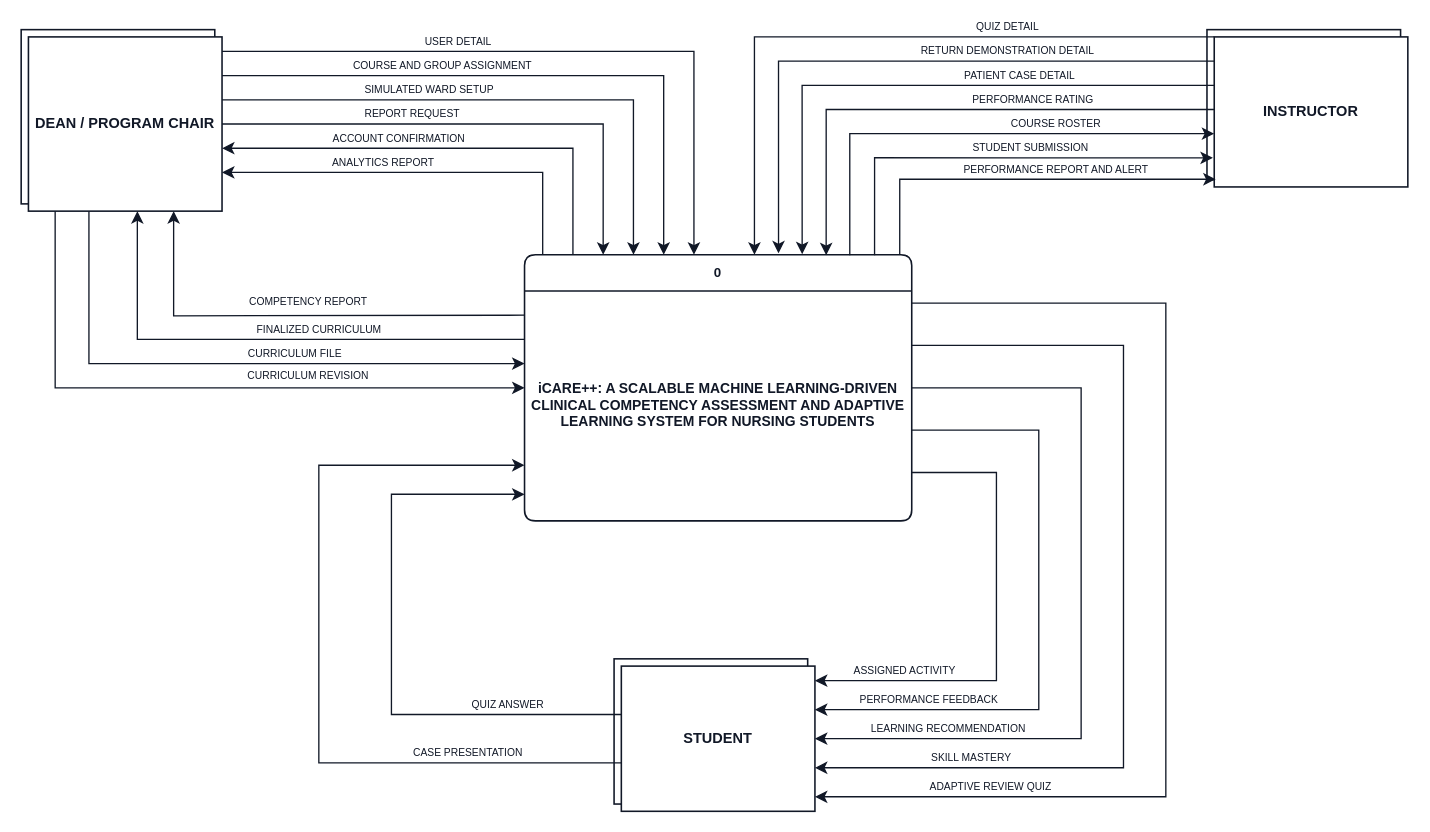
mdk-zero/icare keeps this draw.io diagram as docs/diagrams/context-diagram.drawio. Above is the earlier version. Source tidied: cells renumbered, new cells numbered last; positions are measured from the earlier drawing's top-left corner, leaving out a move shared by most shapes. Both pictures are drawn from the tidied source at 121%, with x=0, y=0 at pixel (21, 29).
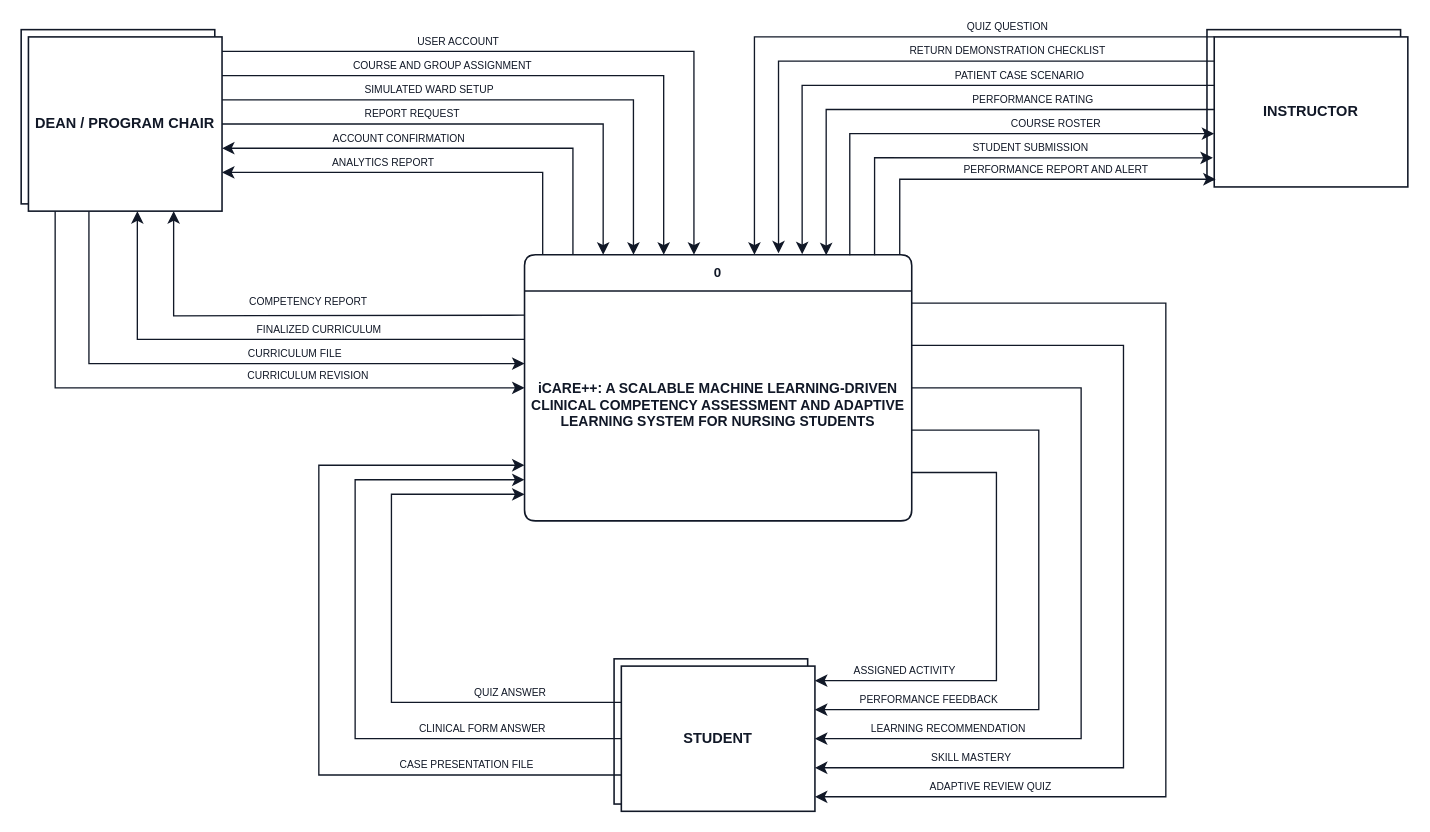
The same page after the edit.

Commit message (it also covers changes not shown here):
docs(diagrams): ERD to migration 096, context and DFD flows match the manuscript

Unchanged cells that the change refers to:
```xml
<mxCell id="2" value="0" style="swimlane;rounded=1;arcSize=10;startSize=30;html=1;whiteSpace=wrap;fillColor=#ffffff;swimlaneFillColor=#ffffff;strokeColor=#111827;strokeWidth=1.3;fontSize=11;fontStyle=1;fontColor=#111827;fontFamily=Helvetica;" parent="1" vertex="1">
  <mxGeometry x="416" y="186" width="320" height="220" as="geometry" />
</mxCell>
<mxCell id="6" value="DEAN / PROGRAM CHAIR" style="rounded=0;html=1;whiteSpace=wrap;fillColor=#ffffff;strokeColor=#111827;strokeWidth=1.3;fontFamily=Helvetica;fontSize=12;fontStyle=1;fontColor=#111827;" parent="4" vertex="1">
  <mxGeometry x="6" y="6" width="160" height="144" as="geometry" />
</mxCell>
<mxCell id="9" value="INSTRUCTOR" style="rounded=0;html=1;whiteSpace=wrap;fillColor=#ffffff;strokeColor=#111827;strokeWidth=1.3;fontFamily=Helvetica;fontSize=12;fontStyle=1;fontColor=#111827;" parent="7" vertex="1">
  <mxGeometry x="6" y="6" width="160" height="124" as="geometry" />
</mxCell>
<mxCell id="12" value="STUDENT" style="rounded=0;html=1;whiteSpace=wrap;fillColor=#ffffff;strokeColor=#111827;strokeWidth=1.3;fontFamily=Helvetica;fontSize=12;fontStyle=1;fontColor=#111827;" parent="10" vertex="1">
  <mxGeometry x="6" y="6" width="160" height="120" as="geometry" />
</mxCell>
```

The edit, as a diff of the source:
```diff
@@
-    <mxCell id="13" value="USER DETAIL" style="edgeStyle=orthogonalEdgeStyle;rounded=0;html=1;jumpStyle=arc;jumpSize=9;strokeColor=#111827;strokeWidth=1.1;endArrow=classic;endFill=1;endSize=7;fontSize=8.5;fontColor=#111827;labelBackgroundColor=#ffffff;fontFamily=Helvetica;exitX=1;exitY=0.0833;exitDx=0;exitDy=0;entryX=0.4375;entryY=0;entryDx=0;entryDy=0;" parent="1" edge="1" source="6" target="2">
+    <mxCell id="13" value="USER ACCOUNT" style="edgeStyle=orthogonalEdgeStyle;rounded=0;html=1;jumpStyle=arc;jumpSize=9;strokeColor=#111827;strokeWidth=1.1;endArrow=classic;endFill=1;endSize=7;fontSize=8.5;fontColor=#111827;labelBackgroundColor=#ffffff;fontFamily=Helvetica;exitX=1;exitY=0.0833;exitDx=0;exitDy=0;entryX=0.4375;entryY=0;entryDx=0;entryDy=0;" parent="1" edge="1" source="6" target="2">
       <mxGeometry x="-0.3" relative="1" as="geometry">
         <Array as="points">
           <mxPoint x="556" y="18" />
         </Array>
         <mxPoint y="-8" as="offset" />
       </mxGeometry>
     </mxCell>
@@
-    <mxCell id="19" value="PATIENT CASE DETAIL" style="edgeStyle=orthogonalEdgeStyle;rounded=0;html=1;jumpStyle=arc;jumpSize=9;strokeColor=#111827;strokeWidth=1.1;endArrow=classic;endFill=1;endSize=7;fontSize=8.5;fontColor=#111827;labelBackgroundColor=#ffffff;fontFamily=Helvetica;entryX=0.717;entryY=-0.002;entryDx=0;entryDy=0;entryPerimeter=0;" parent="1" edge="1" source="9" target="2">
+    <mxCell id="19" value="PATIENT CASE SCENARIO" style="edgeStyle=orthogonalEdgeStyle;rounded=0;html=1;jumpStyle=arc;jumpSize=9;strokeColor=#111827;strokeWidth=1.1;endArrow=classic;endFill=1;endSize=7;fontSize=8.5;fontColor=#111827;labelBackgroundColor=#ffffff;fontFamily=Helvetica;entryX=0.717;entryY=-0.002;entryDx=0;entryDy=0;entryPerimeter=0;" parent="1" edge="1" source="9" target="2">
       <mxGeometry x="-0.33" y="-8" relative="1" as="geometry">
         <Array as="points">
           <mxPoint x="645.4" y="46" />
         </Array>
       </mxGeometry>
     </mxCell>
@@
-    <mxCell id="24" value="QUIZ ANSWER" style="edgeStyle=orthogonalEdgeStyle;rounded=0;html=1;jumpStyle=arc;jumpSize=9;strokeColor=#111827;strokeWidth=1.1;endArrow=classic;endFill=1;endSize=7;fontSize=8.5;fontColor=#111827;labelBackgroundColor=#ffffff;fontFamily=Helvetica;exitX=0;exitY=0.3333;exitDx=0;exitDy=0;entryX=0;entryY=0.9;entryDx=0;entryDy=0;" parent="1" edge="1" source="12" target="2">
+    <mxCell id="24" value="QUIZ ANSWER" style="edgeStyle=orthogonalEdgeStyle;rounded=0;html=1;jumpStyle=arc;jumpSize=9;strokeColor=#111827;strokeWidth=1.1;endArrow=classic;endFill=1;endSize=7;fontSize=8.5;fontColor=#111827;labelBackgroundColor=#ffffff;fontFamily=Helvetica;exitX=0;exitY=0.25;exitDx=0;exitDy=0;entryX=0;entryY=0.9;entryDx=0;entryDy=0;" parent="1" edge="1" source="12" target="2">
       <mxGeometry x="-0.61" relative="1" as="geometry">
         <Array as="points">
-          <mxPoint x="306" y="566" />
+          <mxPoint x="306" y="556" />
           <mxPoint x="306" y="384" />
         </Array>
         <mxPoint y="-8" as="offset" />
       </mxGeometry>
     </mxCell>
+    <mxCell id="37" value="CLINICAL FORM ANSWER" style="edgeStyle=orthogonalEdgeStyle;rounded=0;html=1;jumpStyle=arc;jumpSize=9;strokeColor=#111827;strokeWidth=1.1;endArrow=classic;endFill=1;endSize=7;fontSize=8.5;fontColor=#111827;labelBackgroundColor=#ffffff;fontFamily=Helvetica;exitX=0;exitY=0.5;exitDx=0;exitDy=0;entryX=0;entryY=0.8455;entryDx=0;entryDy=0;" parent="1" edge="1" source="12" target="2">
+      <mxGeometry x="-0.6" relative="1" as="geometry">
+        <Array as="points">
+          <mxPoint x="276" y="586" />
+          <mxPoint x="276" y="372" />
+        </Array>
+        <mxPoint y="-8" as="offset" />
+      </mxGeometry>
+    </mxCell>
-    <mxCell id="25" value="CASE PRESENTATION" style="edgeStyle=orthogonalEdgeStyle;rounded=0;html=1;jumpStyle=arc;jumpSize=9;strokeColor=#111827;strokeWidth=1.1;endArrow=classic;endFill=1;endSize=7;fontSize=8.5;fontColor=#111827;labelBackgroundColor=#ffffff;fontFamily=Helvetica;exitX=0;exitY=0.6667;exitDx=0;exitDy=0;entryX=0;entryY=0.7909;entryDx=0;entryDy=0;" parent="1" edge="1" source="12" target="2">
+    <mxCell id="25" value="CASE PRESENTATION FILE" style="edgeStyle=orthogonalEdgeStyle;rounded=0;html=1;jumpStyle=arc;jumpSize=9;strokeColor=#111827;strokeWidth=1.1;endArrow=classic;endFill=1;endSize=7;fontSize=8.5;fontColor=#111827;labelBackgroundColor=#ffffff;fontFamily=Helvetica;exitX=0;exitY=0.75;exitDx=0;exitDy=0;entryX=0;entryY=0.7909;entryDx=0;entryDy=0;" parent="1" edge="1" source="12" target="2">
       <mxGeometry x="-0.62" relative="1" as="geometry">
         <Array as="points">
-          <mxPoint x="246" y="606" />
+          <mxPoint x="246" y="616" />
           <mxPoint x="246" y="360" />
         </Array>
         <mxPoint y="-8" as="offset" />
       </mxGeometry>
     </mxCell>
@@
-    <mxCell id="31" value="RETURN DEMONSTRATION DETAIL" style="edgeStyle=orthogonalEdgeStyle;rounded=0;html=1;jumpStyle=arc;jumpSize=9;strokeColor=#111827;strokeWidth=1.1;endArrow=classic;endFill=1;endSize=7;fontSize=8.5;fontColor=#111827;labelBackgroundColor=#ffffff;fontFamily=Helvetica;entryX=0.656;entryY=-0.005;entryDx=0;entryDy=0;entryPerimeter=0;" parent="1" edge="1" source="9" target="2">
+    <mxCell id="31" value="RETURN DEMONSTRATION CHECKLIST" style="edgeStyle=orthogonalEdgeStyle;rounded=0;html=1;jumpStyle=arc;jumpSize=9;strokeColor=#111827;strokeWidth=1.1;endArrow=classic;endFill=1;endSize=7;fontSize=8.5;fontColor=#111827;labelBackgroundColor=#ffffff;fontFamily=Helvetica;entryX=0.656;entryY=-0.005;entryDx=0;entryDy=0;entryPerimeter=0;" parent="1" edge="1" source="9" target="2">
       <mxGeometry x="-0.34" y="-8" relative="1" as="geometry">
         <Array as="points">
           <mxPoint x="625.9" y="26" />
         </Array>
       </mxGeometry>
     </mxCell>
-    <mxCell id="32" value="QUIZ DETAIL" style="edgeStyle=orthogonalEdgeStyle;rounded=0;html=1;jumpStyle=arc;jumpSize=9;strokeColor=#111827;strokeWidth=1.1;endArrow=classic;endFill=1;endSize=7;fontSize=8.5;fontColor=#111827;labelBackgroundColor=#ffffff;fontFamily=Helvetica;" parent="1" edge="1" target="2">
+    <mxCell id="32" value="QUIZ QUESTION" style="edgeStyle=orthogonalEdgeStyle;rounded=0;html=1;jumpStyle=arc;jumpSize=9;strokeColor=#111827;strokeWidth=1.1;endArrow=classic;endFill=1;endSize=7;fontSize=8.5;fontColor=#111827;labelBackgroundColor=#ffffff;fontFamily=Helvetica;" parent="1" edge="1" target="2">
       <mxGeometry x="-0.39" y="-8" relative="1" as="geometry">
         <mxPoint x="986" y="6" as="sourcePoint" />
         <Array as="points">
           <mxPoint x="606" y="6" />
         </Array>
       </mxGeometry>
     </mxCell>
```
